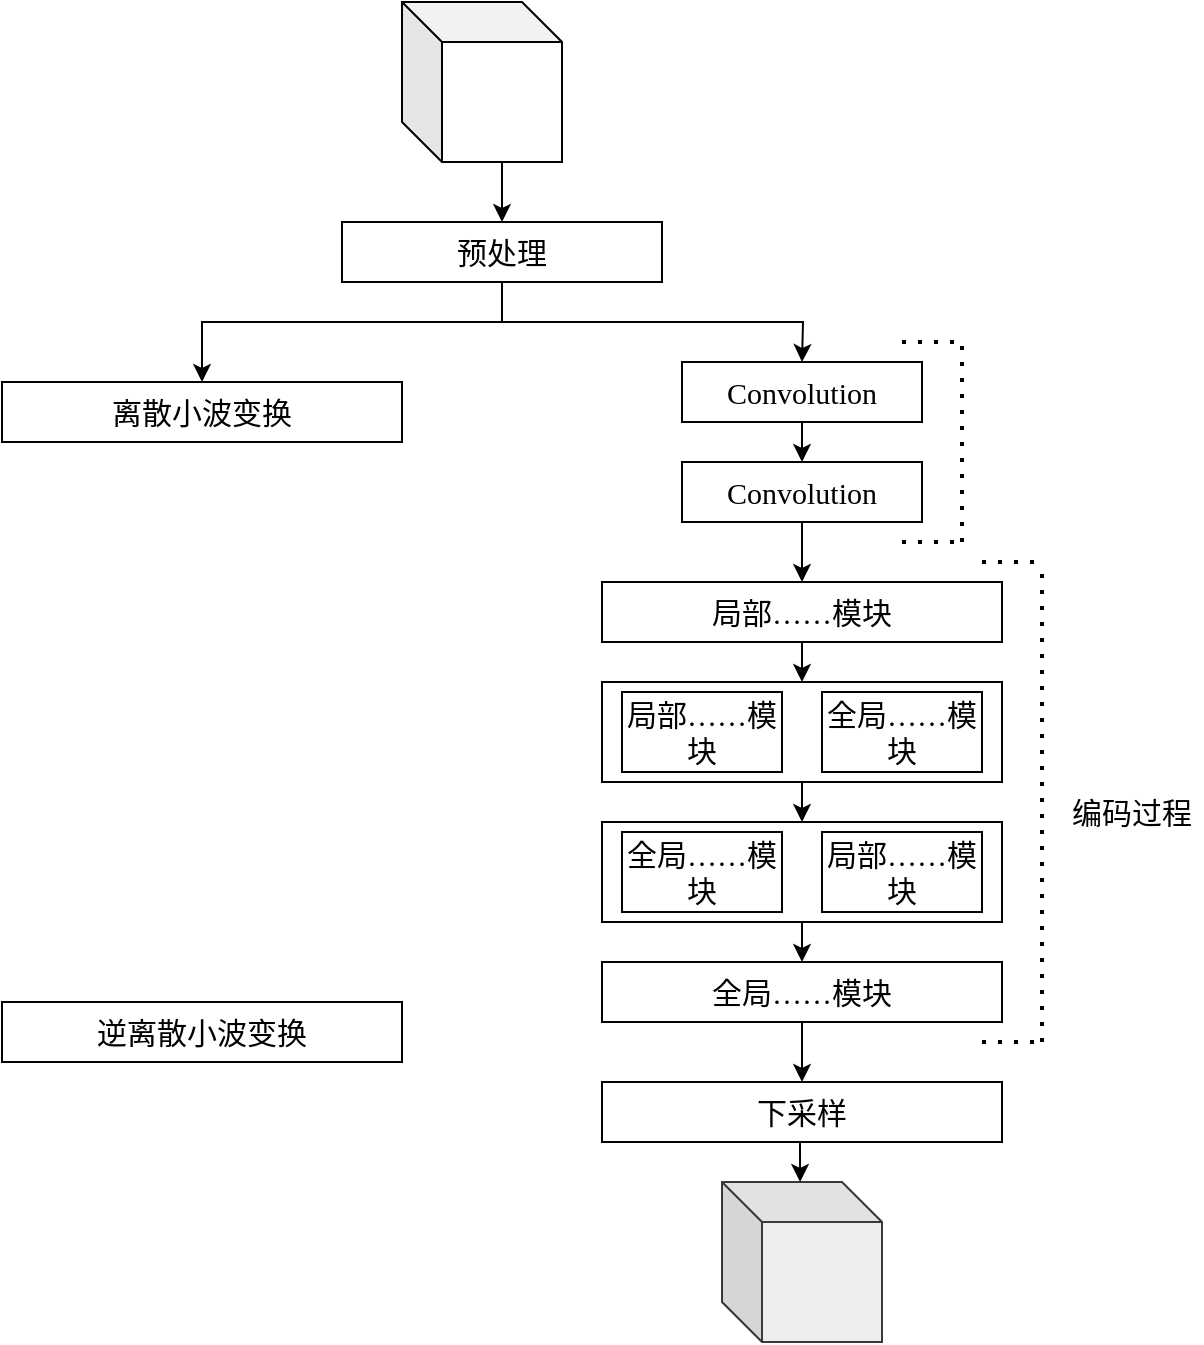
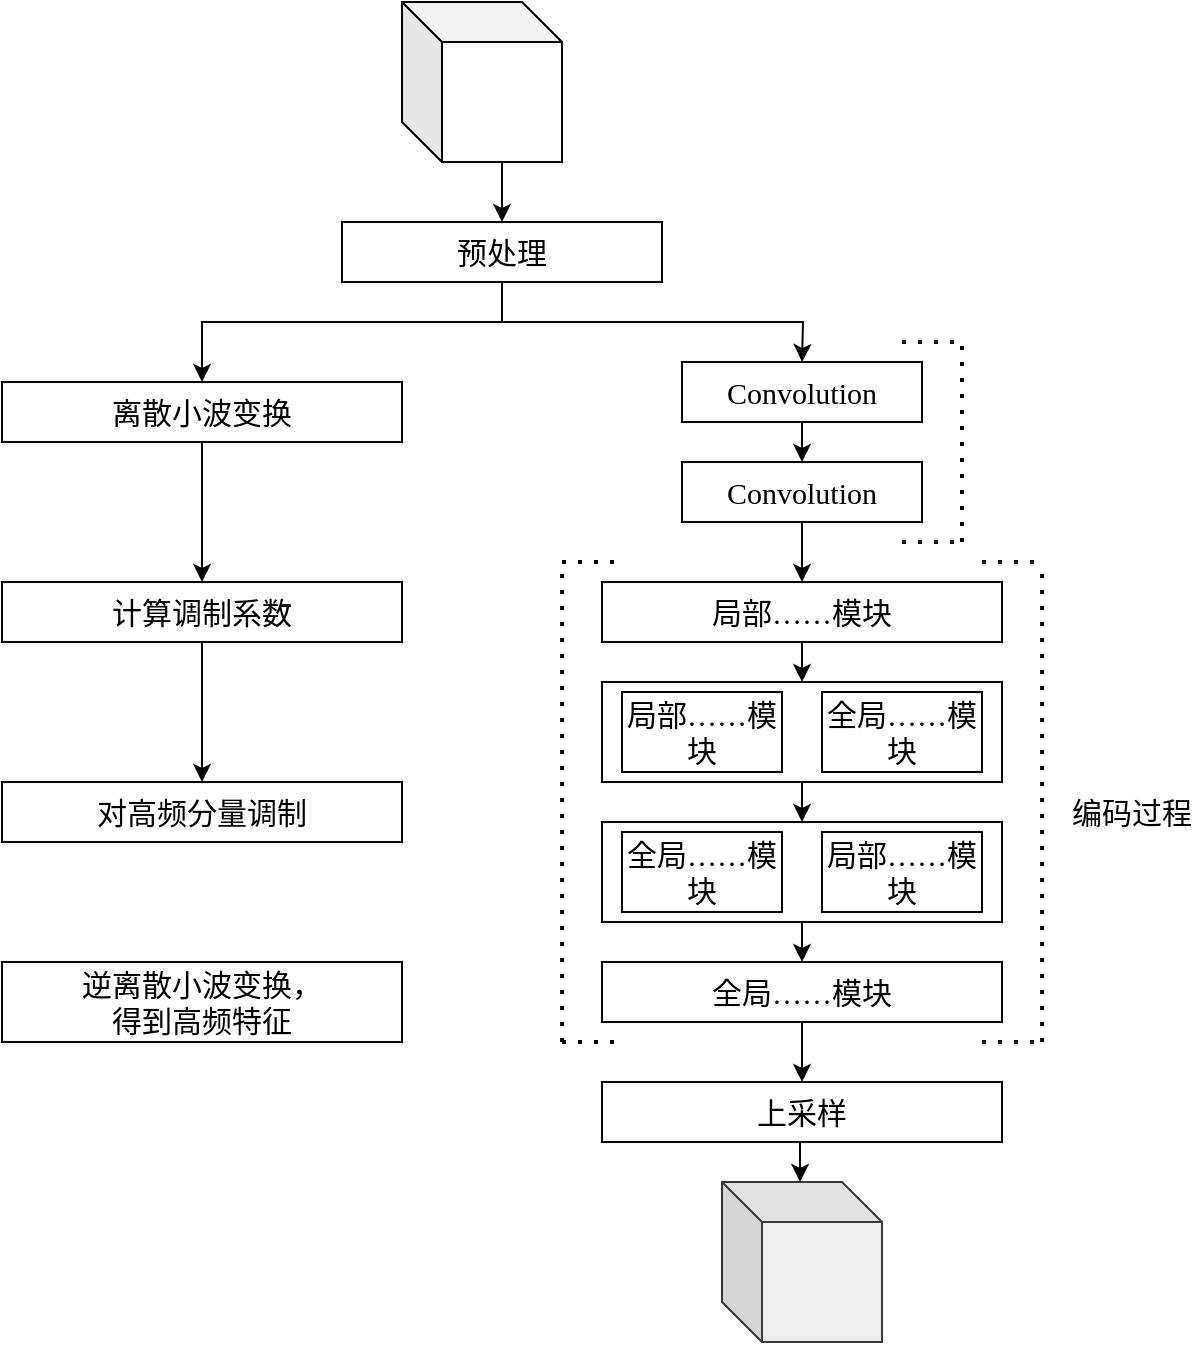
<mxfile host="app.diagrams.net">
  <diagram name="第 1 页" id="5Iq7FNl4cahkRyelhEuZ">
-     <mxGraphModel dx="1406" dy="754" grid="1" gridSize="10" guides="1" tooltips="1" connect="1" arrows="1" fold="1" page="1" pageScale="1" pageWidth="827" pageHeight="1169" math="0" shadow="0">
+     <mxGraphModel dx="589" dy="746" grid="1" gridSize="10" guides="1" tooltips="1" connect="1" arrows="1" fold="1" page="1" pageScale="1" pageWidth="827" pageHeight="1169" math="0" shadow="0">
      <root>
        <mxCell id="0" />
        <mxCell id="1" parent="0" />
        <mxCell id="zwdBU7YMSMu1EzGOEkfI-1" edge="1" parent="1" source="zwdBU7YMSMu1EzGOEkfI-3" style="edgeStyle=orthogonalEdgeStyle;rounded=0;orthogonalLoop=1;jettySize=auto;html=1;exitX=0.5;exitY=1;exitDx=0;exitDy=0;entryX=0.5;entryY=0;entryDx=0;entryDy=0;fontFamily=Times New Roman;" target="1ujZz8C-JaTFy7bkJe4T-16">
          <mxGeometry relative="1" as="geometry">
            <Array as="points">
              <mxPoint x="410" y="180" />
              <mxPoint x="260" y="180" />
            </Array>
            <mxPoint x="260" y="200" as="targetPoint" />
          </mxGeometry>
        </mxCell>
        <mxCell id="zwdBU7YMSMu1EzGOEkfI-2" edge="1" parent="1" source="zwdBU7YMSMu1EzGOEkfI-3" style="edgeStyle=orthogonalEdgeStyle;rounded=0;orthogonalLoop=1;jettySize=auto;html=1;exitX=0.5;exitY=1;exitDx=0;exitDy=0;fontFamily=Times New Roman;">
          <mxGeometry relative="1" as="geometry">
            <mxPoint x="560" y="200" as="targetPoint" />
          </mxGeometry>
        </mxCell>
        <mxCell id="zwdBU7YMSMu1EzGOEkfI-3" parent="1" style="rounded=0;whiteSpace=wrap;html=1;fontFamily=Times New Roman;" value="&lt;font style=&quot;font-size: 15px;&quot;&gt;预处理&lt;/font&gt;" vertex="1">
          <mxGeometry height="30" width="160" x="330" y="130" as="geometry" />
        </mxCell>
        <mxCell id="zwdBU7YMSMu1EzGOEkfI-4" parent="1" style="shape=cube;whiteSpace=wrap;html=1;boundedLbl=1;backgroundOutline=1;darkOpacity=0.05;darkOpacity2=0.1;fontFamily=Times New Roman;" value="" vertex="1">
          <mxGeometry height="80" width="80" x="360" y="20" as="geometry" />
        </mxCell>
        <mxCell id="zwdBU7YMSMu1EzGOEkfI-5" edge="1" parent="1" source="zwdBU7YMSMu1EzGOEkfI-4" style="endArrow=classic;html=1;rounded=0;exitX=0;exitY=0;exitDx=50;exitDy=80;exitPerimeter=0;entryX=0.5;entryY=0;entryDx=0;entryDy=0;fontFamily=Times New Roman;" target="zwdBU7YMSMu1EzGOEkfI-3" value="">
          <mxGeometry height="50" relative="1" width="50" as="geometry">
            <Array as="points" />
            <mxPoint x="470" y="450" as="sourcePoint" />
            <mxPoint x="470" y="470" as="targetPoint" />
          </mxGeometry>
        </mxCell>
        <mxCell id="1ujZz8C-JaTFy7bkJe4T-23" edge="1" parent="1" source="zwdBU7YMSMu1EzGOEkfI-6" style="edgeStyle=orthogonalEdgeStyle;rounded=0;orthogonalLoop=1;jettySize=auto;html=1;exitX=0.5;exitY=1;exitDx=0;exitDy=0;entryX=0.5;entryY=0;entryDx=0;entryDy=0;" target="zwdBU7YMSMu1EzGOEkfI-13">
          <mxGeometry relative="1" as="geometry" />
        </mxCell>
        <mxCell id="zwdBU7YMSMu1EzGOEkfI-6" parent="1" style="rounded=0;whiteSpace=wrap;html=1;fontFamily=Times New Roman;" value="&lt;font style=&quot;font-size: 15px;&quot;&gt;Convolution&lt;/font&gt;" vertex="1">
          <mxGeometry height="30" width="120" x="500" y="250" as="geometry" />
        </mxCell>
        <mxCell id="zwdBU7YMSMu1EzGOEkfI-8" edge="1" parent="1" source="zwdBU7YMSMu1EzGOEkfI-7" style="edgeStyle=orthogonalEdgeStyle;rounded=0;orthogonalLoop=1;jettySize=auto;html=1;exitX=0.5;exitY=1;exitDx=0;exitDy=0;entryX=0.5;entryY=0;entryDx=0;entryDy=0;fontFamily=Times New Roman;" target="zwdBU7YMSMu1EzGOEkfI-6">
          <mxGeometry relative="1" as="geometry">
            <Array as="points">
              <mxPoint x="560" y="240" />
              <mxPoint x="560" y="240" />
            </Array>
          </mxGeometry>
        </mxCell>
        <mxCell id="zwdBU7YMSMu1EzGOEkfI-7" parent="1" style="rounded=0;whiteSpace=wrap;html=1;fontFamily=Times New Roman;" value="&lt;font style=&quot;font-size: 15px;&quot;&gt;Convolution&lt;/font&gt;" vertex="1">
          <mxGeometry height="30" width="120" x="500" y="200" as="geometry" />
        </mxCell>
        <mxCell id="zwdBU7YMSMu1EzGOEkfI-9" edge="1" parent="1" style="endArrow=none;dashed=1;html=1;dashPattern=1 3;strokeWidth=2;rounded=0;fontFamily=Times New Roman;" value="">
          <mxGeometry height="50" relative="1" width="50" as="geometry">
            <mxPoint x="610" y="190" as="sourcePoint" />
            <mxPoint x="640" y="190" as="targetPoint" />
          </mxGeometry>
        </mxCell>
        <mxCell id="zwdBU7YMSMu1EzGOEkfI-10" edge="1" parent="1" style="endArrow=none;dashed=1;html=1;dashPattern=1 3;strokeWidth=2;rounded=0;fontFamily=Times New Roman;" value="">
          <mxGeometry height="50" relative="1" width="50" as="geometry">
            <mxPoint x="640" y="290" as="sourcePoint" />
            <mxPoint x="640" y="190" as="targetPoint" />
          </mxGeometry>
        </mxCell>
        <mxCell id="zwdBU7YMSMu1EzGOEkfI-11" edge="1" parent="1" style="endArrow=none;dashed=1;html=1;dashPattern=1 3;strokeWidth=2;rounded=0;fontFamily=Times New Roman;" value="">
          <mxGeometry height="50" relative="1" width="50" as="geometry">
            <mxPoint x="610" y="290" as="sourcePoint" />
            <mxPoint x="640" y="290" as="targetPoint" />
          </mxGeometry>
        </mxCell>
        <mxCell id="1ujZz8C-JaTFy7bkJe4T-10" edge="1" parent="1" source="zwdBU7YMSMu1EzGOEkfI-13" style="edgeStyle=orthogonalEdgeStyle;rounded=0;orthogonalLoop=1;jettySize=auto;html=1;exitX=0.5;exitY=1;exitDx=0;exitDy=0;entryX=0.5;entryY=0;entryDx=0;entryDy=0;fontFamily=Times New Roman;" target="1ujZz8C-JaTFy7bkJe4T-4">
          <mxGeometry relative="1" as="geometry" />
        </mxCell>
        <mxCell id="zwdBU7YMSMu1EzGOEkfI-13" parent="1" style="rounded=0;whiteSpace=wrap;html=1;fontFamily=Times New Roman;" value="&lt;span style=&quot;font-size: 15px;&quot;&gt;局部……模块&lt;/span&gt;" vertex="1">
          <mxGeometry height="30" width="200" x="460" y="310" as="geometry" />
        </mxCell>
        <mxCell id="1ujZz8C-JaTFy7bkJe4T-14" edge="1" parent="1" source="1ujZz8C-JaTFy7bkJe4T-3" style="edgeStyle=orthogonalEdgeStyle;rounded=0;orthogonalLoop=1;jettySize=auto;html=1;exitX=0.5;exitY=1;exitDx=0;exitDy=0;fontFamily=Times New Roman;">
          <mxGeometry relative="1" as="geometry">
            <mxPoint x="560" y="560" as="targetPoint" />
          </mxGeometry>
        </mxCell>
        <mxCell id="1ujZz8C-JaTFy7bkJe4T-3" parent="1" style="rounded=0;whiteSpace=wrap;html=1;fontFamily=Times New Roman;" value="&lt;span style=&quot;font-size: 15px;&quot;&gt;全局……模块&lt;/span&gt;" vertex="1">
          <mxGeometry height="30" width="200" x="460" y="500" as="geometry" />
        </mxCell>
        <mxCell id="1ujZz8C-JaTFy7bkJe4T-6" connectable="0" parent="1" style="group;fontFamily=Times New Roman;" value="" vertex="1">
          <mxGeometry height="50" width="200" x="460" y="360" as="geometry" />
        </mxCell>
        <mxCell id="1ujZz8C-JaTFy7bkJe4T-4" parent="1ujZz8C-JaTFy7bkJe4T-6" style="rounded=0;whiteSpace=wrap;html=1;fontFamily=Times New Roman;" value="" vertex="1">
          <mxGeometry height="50" width="200" as="geometry" />
        </mxCell>
        <mxCell id="zwdBU7YMSMu1EzGOEkfI-14" parent="1ujZz8C-JaTFy7bkJe4T-6" style="rounded=0;whiteSpace=wrap;html=1;fontFamily=Times New Roman;" value="&lt;span style=&quot;font-size: 15px;&quot;&gt;局部……模块&lt;/span&gt;" vertex="1">
          <mxGeometry height="40" width="80" x="10" y="5" as="geometry" />
        </mxCell>
        <mxCell id="zwdBU7YMSMu1EzGOEkfI-15" parent="1ujZz8C-JaTFy7bkJe4T-6" style="rounded=0;whiteSpace=wrap;html=1;fontFamily=Times New Roman;" value="&lt;span style=&quot;font-size: 15px;&quot;&gt;全局……模块&lt;/span&gt;" vertex="1">
          <mxGeometry height="40" width="80" x="110" y="5" as="geometry" />
        </mxCell>
        <mxCell id="1ujZz8C-JaTFy7bkJe4T-7" connectable="0" parent="1" style="group;fontFamily=Times New Roman;" value="" vertex="1">
          <mxGeometry height="50" width="200" x="460" y="430" as="geometry" />
        </mxCell>
        <mxCell id="1ujZz8C-JaTFy7bkJe4T-5" parent="1ujZz8C-JaTFy7bkJe4T-7" style="rounded=0;whiteSpace=wrap;html=1;fontFamily=Times New Roman;" value="" vertex="1">
          <mxGeometry height="50" width="200" as="geometry" />
        </mxCell>
        <mxCell id="1ujZz8C-JaTFy7bkJe4T-1" parent="1ujZz8C-JaTFy7bkJe4T-7" style="rounded=0;whiteSpace=wrap;html=1;fontFamily=Times New Roman;" value="&lt;span style=&quot;font-size: 15px;&quot;&gt;全局……模块&lt;/span&gt;" vertex="1">
          <mxGeometry height="40" width="80" x="10" y="5" as="geometry" />
        </mxCell>
        <mxCell id="1ujZz8C-JaTFy7bkJe4T-2" parent="1ujZz8C-JaTFy7bkJe4T-7" style="rounded=0;whiteSpace=wrap;html=1;fontFamily=Times New Roman;" value="&lt;span style=&quot;font-size: 15px;&quot;&gt;局部……模块&lt;/span&gt;" vertex="1">
          <mxGeometry height="40" width="80" x="110" y="5" as="geometry" />
        </mxCell>
        <mxCell id="1ujZz8C-JaTFy7bkJe4T-11" edge="1" parent="1" source="1ujZz8C-JaTFy7bkJe4T-4" style="edgeStyle=orthogonalEdgeStyle;rounded=0;orthogonalLoop=1;jettySize=auto;html=1;exitX=0.5;exitY=1;exitDx=0;exitDy=0;entryX=0.5;entryY=0;entryDx=0;entryDy=0;fontFamily=Times New Roman;" target="1ujZz8C-JaTFy7bkJe4T-5">
          <mxGeometry relative="1" as="geometry" />
        </mxCell>
        <mxCell id="1ujZz8C-JaTFy7bkJe4T-13" edge="1" parent="1" source="1ujZz8C-JaTFy7bkJe4T-5" style="edgeStyle=orthogonalEdgeStyle;rounded=0;orthogonalLoop=1;jettySize=auto;html=1;exitX=0.5;exitY=1;exitDx=0;exitDy=0;entryX=0.5;entryY=0;entryDx=0;entryDy=0;fontFamily=Times New Roman;" target="1ujZz8C-JaTFy7bkJe4T-3">
          <mxGeometry relative="1" as="geometry" />
        </mxCell>
-         <mxCell id="1ujZz8C-JaTFy7bkJe4T-15" parent="1" style="rounded=0;whiteSpace=wrap;html=1;fontFamily=Times New Roman;" value="&lt;font style=&quot;font-size: 15px;&quot;&gt;下采样&lt;/font&gt;" vertex="1">
+         <mxCell id="1ujZz8C-JaTFy7bkJe4T-15" parent="1" style="rounded=0;whiteSpace=wrap;html=1;fontFamily=Times New Roman;" value="&lt;font style=&quot;font-size: 15px;&quot;&gt;上采样&lt;/font&gt;" vertex="1">
          <mxGeometry height="30" width="200" x="460" y="560" as="geometry" />
+         </mxCell>
+         <mxCell id="1ujZz8C-JaTFy7bkJe4T-31" edge="1" parent="1" source="1ujZz8C-JaTFy7bkJe4T-16" style="edgeStyle=orthogonalEdgeStyle;rounded=0;orthogonalLoop=1;jettySize=auto;html=1;exitX=0.5;exitY=1;exitDx=0;exitDy=0;entryX=0.5;entryY=0;entryDx=0;entryDy=0;" target="1ujZz8C-JaTFy7bkJe4T-30">
+           <mxGeometry relative="1" as="geometry" />
        </mxCell>
        <mxCell id="1ujZz8C-JaTFy7bkJe4T-16" parent="1" style="rounded=0;whiteSpace=wrap;html=1;fontFamily=Times New Roman;" value="&lt;span style=&quot;font-size: 15px;&quot;&gt;离散小波变换&lt;/span&gt;" vertex="1">
          <mxGeometry height="30" width="200" x="160" y="210" as="geometry" />
        </mxCell>
        <mxCell id="1ujZz8C-JaTFy7bkJe4T-17" edge="1" parent="1" style="endArrow=none;dashed=1;html=1;dashPattern=1 3;strokeWidth=2;rounded=0;fontFamily=Times New Roman;" value="">
          <mxGeometry height="50" relative="1" width="50" as="geometry">
            <mxPoint x="650" y="300" as="sourcePoint" />
            <mxPoint x="680" y="300" as="targetPoint" />
          </mxGeometry>
        </mxCell>
        <mxCell id="1ujZz8C-JaTFy7bkJe4T-18" edge="1" parent="1" style="endArrow=none;dashed=1;html=1;dashPattern=1 3;strokeWidth=2;rounded=0;fontFamily=Times New Roman;" value="">
          <mxGeometry height="50" relative="1" width="50" as="geometry">
            <mxPoint x="680" y="540" as="sourcePoint" />
            <mxPoint x="680" y="300" as="targetPoint" />
          </mxGeometry>
        </mxCell>
        <mxCell id="1ujZz8C-JaTFy7bkJe4T-19" edge="1" parent="1" style="endArrow=none;dashed=1;html=1;dashPattern=1 3;strokeWidth=2;rounded=0;fontFamily=Times New Roman;" value="">
          <mxGeometry height="50" relative="1" width="50" as="geometry">
            <mxPoint x="650" y="540" as="sourcePoint" />
            <mxPoint x="680" y="540" as="targetPoint" />
          </mxGeometry>
        </mxCell>
        <mxCell id="1ujZz8C-JaTFy7bkJe4T-20" parent="1" style="text;html=1;whiteSpace=wrap;strokeColor=none;fillColor=none;align=center;verticalAlign=middle;rounded=0;" value="&lt;font style=&quot;font-size: 15px;&quot;&gt;编码过程&lt;/font&gt;" vertex="1">
          <mxGeometry height="30" width="70" x="690" y="410" as="geometry" />
        </mxCell>
-         <mxCell id="1ujZz8C-JaTFy7bkJe4T-21" parent="1" style="rounded=0;whiteSpace=wrap;html=1;fontFamily=Times New Roman;" value="&lt;span style=&quot;font-size: 15px;&quot;&gt;逆离散小波变换&lt;/span&gt;" vertex="1">
-           <mxGeometry height="30" width="200" x="160" y="520" as="geometry" />
+         <mxCell id="1ujZz8C-JaTFy7bkJe4T-21" parent="1" style="rounded=0;whiteSpace=wrap;html=1;fontFamily=Times New Roman;" value="&lt;span style=&quot;font-size: 15px;&quot;&gt;逆离散小波变换，&lt;/span&gt;&lt;div&gt;&lt;span style=&quot;font-size: 15px;&quot;&gt;得到高频特征&lt;/span&gt;&lt;/div&gt;" vertex="1">
+           <mxGeometry height="40" width="200" x="160" y="500" as="geometry" />
        </mxCell>
        <mxCell id="1ujZz8C-JaTFy7bkJe4T-24" parent="1" style="shape=cube;whiteSpace=wrap;html=1;boundedLbl=1;backgroundOutline=1;darkOpacity=0.05;darkOpacity2=0.1;fontFamily=Times New Roman;fillColor=#eeeeee;strokeColor=#36393d;" value="" vertex="1">
          <mxGeometry height="80" width="80" x="520" y="610" as="geometry" />
        </mxCell>
        <mxCell id="1ujZz8C-JaTFy7bkJe4T-25" edge="1" parent="1" source="1ujZz8C-JaTFy7bkJe4T-15" style="edgeStyle=orthogonalEdgeStyle;rounded=0;orthogonalLoop=1;jettySize=auto;html=1;exitX=0.5;exitY=1;exitDx=0;exitDy=0;entryX=0.488;entryY=0;entryDx=0;entryDy=0;entryPerimeter=0;" target="1ujZz8C-JaTFy7bkJe4T-24">
          <mxGeometry relative="1" as="geometry" />
        </mxCell>
+         <mxCell id="1ujZz8C-JaTFy7bkJe4T-26" parent="1" style="rounded=0;whiteSpace=wrap;html=1;fontFamily=Times New Roman;" value="&lt;span style=&quot;font-size: 15px;&quot;&gt;对高频分量调制&lt;/span&gt;" vertex="1">
+           <mxGeometry height="30" width="200" x="160" y="410" as="geometry" />
+         </mxCell>
+         <mxCell id="1ujZz8C-JaTFy7bkJe4T-27" edge="1" parent="1" style="endArrow=none;dashed=1;html=1;dashPattern=1 3;strokeWidth=2;rounded=0;fontFamily=Times New Roman;" value="">
+           <mxGeometry height="50" relative="1" width="50" as="geometry">
+             <mxPoint x="440" y="540" as="sourcePoint" />
+             <mxPoint x="440" y="300" as="targetPoint" />
+           </mxGeometry>
+         </mxCell>
+         <mxCell id="1ujZz8C-JaTFy7bkJe4T-28" edge="1" parent="1" style="endArrow=none;dashed=1;html=1;dashPattern=1 3;strokeWidth=2;rounded=0;fontFamily=Times New Roman;" value="">
+           <mxGeometry height="50" relative="1" width="50" as="geometry">
+             <mxPoint x="440" y="300" as="sourcePoint" />
+             <mxPoint x="470" y="300" as="targetPoint" />
+           </mxGeometry>
+         </mxCell>
+         <mxCell id="1ujZz8C-JaTFy7bkJe4T-29" edge="1" parent="1" style="endArrow=none;dashed=1;html=1;dashPattern=1 3;strokeWidth=2;rounded=0;fontFamily=Times New Roman;" value="">
+           <mxGeometry height="50" relative="1" width="50" as="geometry">
+             <mxPoint x="440" y="540" as="sourcePoint" />
+             <mxPoint x="470" y="540" as="targetPoint" />
+           </mxGeometry>
+         </mxCell>
+         <mxCell id="1ujZz8C-JaTFy7bkJe4T-32" edge="1" parent="1" source="1ujZz8C-JaTFy7bkJe4T-30" style="edgeStyle=orthogonalEdgeStyle;rounded=0;orthogonalLoop=1;jettySize=auto;html=1;exitX=0.5;exitY=1;exitDx=0;exitDy=0;" target="1ujZz8C-JaTFy7bkJe4T-26">
+           <mxGeometry relative="1" as="geometry" />
+         </mxCell>
+         <mxCell id="1ujZz8C-JaTFy7bkJe4T-30" parent="1" style="rounded=0;whiteSpace=wrap;html=1;fontFamily=Times New Roman;" value="&lt;span style=&quot;font-size: 15px;&quot;&gt;计算调制系数&lt;/span&gt;" vertex="1">
+           <mxGeometry height="30" width="200" x="160" y="310" as="geometry" />
+         </mxCell>
      </root>
    </mxGraphModel>
  </diagram>
</mxfile>
